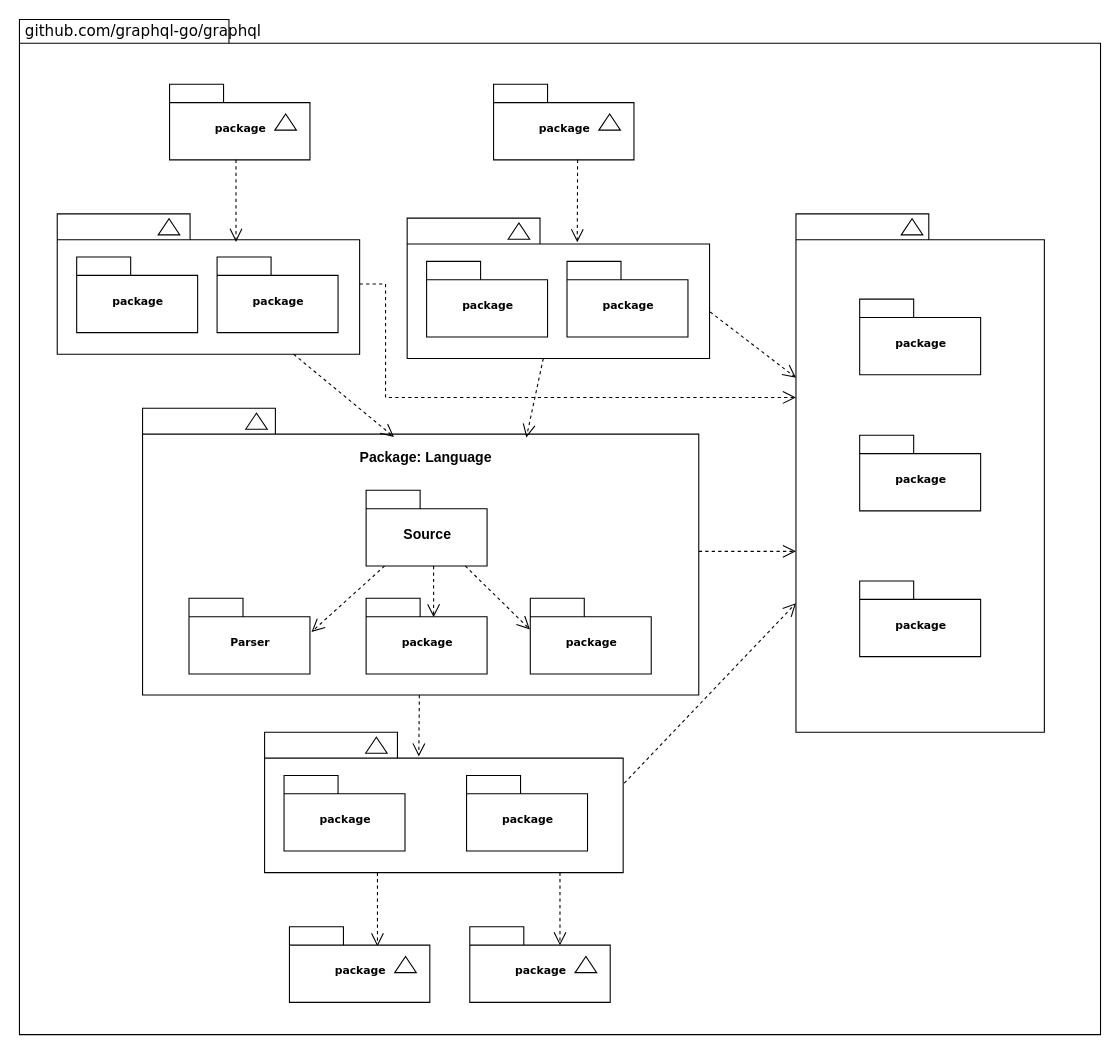
Earlier version of the draw.io diagram architecture/uml/packages/graphql-graphql-go-architecture-packages.drawio (chris-ramon/thesis-graphql-go). Source tidied: cells renumbered, new cells numbered last; positions are measured from the earlier drawing's top-left corner, leaving out a move shared by most shapes. Both pictures are drawn from the tidied source at 108%, with x=0, y=0 at pixel (18, 18).
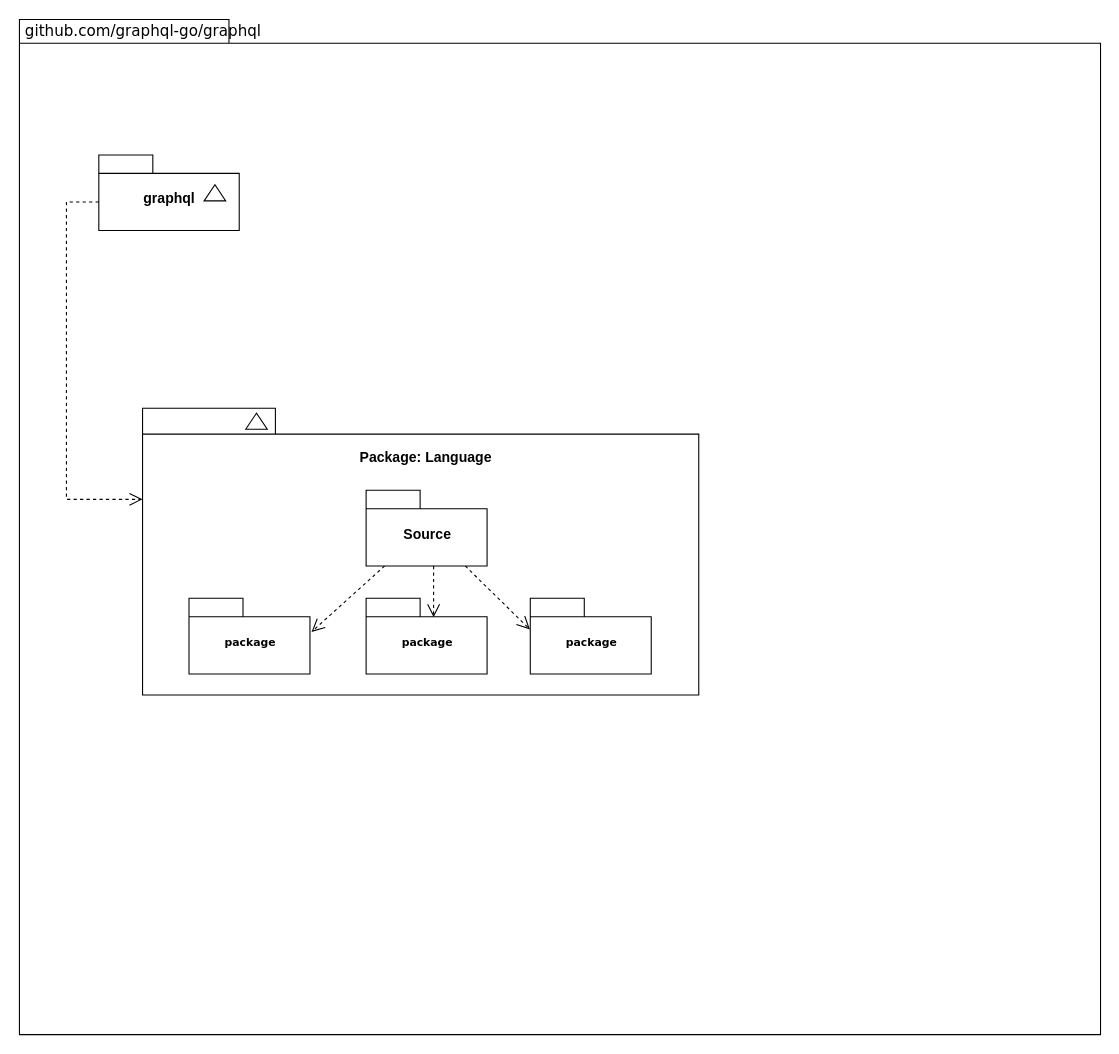
The same diagram, later.

Commit message:
architecture/uml/packages: adds graphql pkg

Unchanged cells that the change refers to:
```xml
<mxCell id="28" style="shape=folder;fontStyle=1;spacingTop=10;tabWidth=123;tabHeight=24;tabPosition=left;html=1;rounded=0;shadow=0;comic=0;labelBackgroundColor=none;strokeColor=#000000;strokeWidth=1;fillColor=#ffffff;fontFamily=Verdana;fontSize=10;fontColor=#000000;align=center;" parent="1" vertex="1">
  <mxGeometry x="114.5" y="360.5" width="515" height="265.5" as="geometry" />
</mxCell>
```

Change to the diagram source:
```diff
@@
     <mxCell id="3" style="group;" parent="1" vertex="1">
-      <mxGeometry x="139.5" y="60.5" width="130" height="70" as="geometry" />
+      <mxGeometry x="74" y="126" width="130" height="70" as="geometry" />
     </mxCell>
-    <mxCell id="4" value="package" style="shape=folder;fontStyle=1;spacingTop=10;tabWidth=50;tabHeight=17;tabPosition=left;html=1;rounded=0;shadow=0;comic=0;labelBackgroundColor=none;strokeWidth=1;fontFamily=Verdana;fontSize=10;align=center;" parent="3" vertex="1">
+    <mxCell id="4" value="&lt;font face=&quot;Helvetica&quot; style=&quot;font-size: 13px;&quot;&gt;graphql&lt;/font&gt;" style="shape=folder;fontStyle=1;spacingTop=10;tabWidth=50;tabHeight=17;tabPosition=left;html=1;rounded=0;shadow=0;comic=0;labelBackgroundColor=none;strokeWidth=1;fontFamily=Verdana;fontSize=10;align=center;" parent="3" vertex="1">
       <mxGeometry width="130" height="70" as="geometry" />
     </mxCell>
@@
-    <mxCell id="6" style="group;" parent="1" vertex="1">
-      <mxGeometry x="439.5" y="60.5" width="130" height="70" as="geometry" />
-    </mxCell>
-    <mxCell id="7" value="package" style="shape=folder;fontStyle=1;spacingTop=10;tabWidth=50;tabHeight=17;tabPosition=left;html=1;rounded=0;shadow=0;comic=0;labelBackgroundColor=none;strokeWidth=1;fontFamily=Verdana;fontSize=10;align=center;" parent="6" vertex="1">
-      <mxGeometry width="130" height="70" as="geometry" />
-    </mxCell>
-    <mxCell id="8" style="triangle;whiteSpace=wrap;html=1;rounded=0;shadow=0;comic=0;labelBackgroundColor=none;strokeWidth=1;fontFamily=Verdana;fontSize=10;align=center;rotation=-90;" parent="6" vertex="1">
-      <mxGeometry x="100" y="25" width="15" height="20" as="geometry" />
-    </mxCell>
-    <mxCell id="9" style="group;" parent="1" vertex="1">
-      <mxGeometry x="35.5" y="180.5" width="280" height="130" as="geometry" />
-    </mxCell>
-    <mxCell id="10" style="shape=folder;fontStyle=1;spacingTop=10;tabWidth=123;tabHeight=24;tabPosition=left;html=1;rounded=0;shadow=0;comic=0;labelBackgroundColor=none;strokeWidth=1;fontFamily=Verdana;fontSize=10;align=center;" parent="9" vertex="1">
-      <mxGeometry width="280" height="130" as="geometry" />
-    </mxCell>
-    <mxCell id="11" style="triangle;whiteSpace=wrap;html=1;rounded=0;shadow=0;comic=0;labelBackgroundColor=none;strokeWidth=1;fontFamily=Verdana;fontSize=10;align=center;rotation=-90;" parent="9" vertex="1">
-      <mxGeometry x="96" y="2" width="15" height="20" as="geometry" />
-    </mxCell>
-    <mxCell id="12" value="package" style="shape=folder;fontStyle=1;spacingTop=10;tabWidth=50;tabHeight=17;tabPosition=left;html=1;rounded=0;shadow=0;comic=0;labelBackgroundColor=none;strokeWidth=1;fontFamily=Verdana;fontSize=10;align=center;" parent="9" vertex="1">
-      <mxGeometry x="18" y="40" width="112" height="70" as="geometry" />
-    </mxCell>
-    <mxCell id="13" value="package" style="shape=folder;fontStyle=1;spacingTop=10;tabWidth=50;tabHeight=17;tabPosition=left;html=1;rounded=0;shadow=0;comic=0;labelBackgroundColor=none;strokeWidth=1;fontFamily=Verdana;fontSize=10;align=center;" parent="9" vertex="1">
-      <mxGeometry x="148" y="40" width="112" height="70" as="geometry" />
-    </mxCell>
-    <mxCell id="14" style="group;" parent="1" vertex="1">
-      <mxGeometry x="359.5" y="184.5" width="280" height="130" as="geometry" />
-    </mxCell>
-    <mxCell id="15" style="shape=folder;fontStyle=1;spacingTop=10;tabWidth=123;tabHeight=24;tabPosition=left;html=1;rounded=0;shadow=0;comic=0;labelBackgroundColor=none;strokeWidth=1;fontFamily=Verdana;fontSize=10;align=center;" parent="14" vertex="1">
-      <mxGeometry width="280" height="130" as="geometry" />
-    </mxCell>
-    <mxCell id="16" style="triangle;whiteSpace=wrap;html=1;rounded=0;shadow=0;comic=0;labelBackgroundColor=none;strokeWidth=1;fontFamily=Verdana;fontSize=10;align=center;rotation=-90;" parent="14" vertex="1">
-      <mxGeometry x="96" y="2" width="15" height="20" as="geometry" />
-    </mxCell>
-    <mxCell id="17" value="package" style="shape=folder;fontStyle=1;spacingTop=10;tabWidth=50;tabHeight=17;tabPosition=left;html=1;rounded=0;shadow=0;comic=0;labelBackgroundColor=none;strokeWidth=1;fontFamily=Verdana;fontSize=10;align=center;" parent="14" vertex="1">
-      <mxGeometry x="18" y="40" width="112" height="70" as="geometry" />
-    </mxCell>
-    <mxCell id="18" value="package" style="shape=folder;fontStyle=1;spacingTop=10;tabWidth=50;tabHeight=17;tabPosition=left;html=1;rounded=0;shadow=0;comic=0;labelBackgroundColor=none;strokeWidth=1;fontFamily=Verdana;fontSize=10;align=center;" parent="14" vertex="1">
-      <mxGeometry x="148" y="40" width="112" height="70" as="geometry" />
-    </mxCell>
-    <mxCell id="19" style="group;" parent="1" vertex="1">
-      <mxGeometry x="719.5" y="180.5" width="230" height="480" as="geometry" />
-    </mxCell>
-    <mxCell id="20" style="group;" parent="19" vertex="1">
-      <mxGeometry width="230" height="480" as="geometry" />
-    </mxCell>
-    <mxCell id="21" style="shape=folder;fontStyle=1;spacingTop=10;tabWidth=123;tabHeight=24;tabPosition=left;html=1;rounded=0;shadow=0;comic=0;labelBackgroundColor=none;strokeWidth=1;fontFamily=Verdana;fontSize=10;align=center;" parent="20" vertex="1">
-      <mxGeometry width="230" height="480" as="geometry" />
-    </mxCell>
-    <mxCell id="22" style="triangle;whiteSpace=wrap;html=1;rounded=0;shadow=0;comic=0;labelBackgroundColor=none;strokeWidth=1;fontFamily=Verdana;fontSize=10;align=center;rotation=-90;" parent="20" vertex="1">
-      <mxGeometry x="100" y="2" width="15" height="20" as="geometry" />
-    </mxCell>
-    <mxCell id="23" value="package" style="shape=folder;fontStyle=1;spacingTop=10;tabWidth=50;tabHeight=17;tabPosition=left;html=1;rounded=0;shadow=0;comic=0;labelBackgroundColor=none;strokeWidth=1;fontFamily=Verdana;fontSize=10;align=center;" parent="20" vertex="1">
-      <mxGeometry x="59" y="79" width="112" height="70" as="geometry" />
-    </mxCell>
-    <mxCell id="24" value="package" style="shape=folder;fontStyle=1;spacingTop=10;tabWidth=50;tabHeight=17;tabPosition=left;html=1;rounded=0;shadow=0;comic=0;labelBackgroundColor=none;strokeWidth=1;fontFamily=Verdana;fontSize=10;align=center;" parent="20" vertex="1">
-      <mxGeometry x="59" y="205" width="112" height="70" as="geometry" />
-    </mxCell>
-    <mxCell id="25" value="package" style="shape=folder;fontStyle=1;spacingTop=10;tabWidth=50;tabHeight=17;tabPosition=left;html=1;rounded=0;shadow=0;comic=0;labelBackgroundColor=none;strokeWidth=1;fontFamily=Verdana;fontSize=10;align=center;" parent="20" vertex="1">
-      <mxGeometry x="59" y="340" width="112" height="70" as="geometry" />
-    </mxCell>
-    <mxCell id="26" style="edgeStyle=none;rounded=0;html=1;entryX=0.43;entryY=0.173;entryPerimeter=0;dashed=1;labelBackgroundColor=none;startFill=0;endArrow=open;endFill=0;endSize=10;fontFamily=Verdana;fontSize=10;" parent="1" edge="1" source="28" target="39">
-      <mxGeometry relative="1" as="geometry" />
-    </mxCell>
-    <mxCell id="27" style="edgeStyle=elbowEdgeStyle;rounded=0;html=1;dashed=1;labelBackgroundColor=none;startFill=0;endArrow=open;endFill=0;endSize=10;fontFamily=Verdana;fontSize=10;elbow=vertical;" parent="1" edge="1" source="28" target="21">
-      <mxGeometry relative="1" as="geometry" />
-    </mxCell>
@@
-    <mxCell id="33" value="Parser" style="shape=folder;fontStyle=1;spacingTop=10;tabWidth=50;tabHeight=17;tabPosition=left;html=1;rounded=0;shadow=0;comic=0;labelBackgroundColor=none;strokeColor=#000000;strokeWidth=1;fillColor=#ffffff;fontFamily=Verdana;fontSize=10;fontColor=#000000;align=center;" parent="1" vertex="1">
+    <mxCell id="33" value="package" style="shape=folder;fontStyle=1;spacingTop=10;tabWidth=50;tabHeight=17;tabPosition=left;html=1;rounded=0;shadow=0;comic=0;labelBackgroundColor=none;strokeColor=#000000;strokeWidth=1;fillColor=#ffffff;fontFamily=Verdana;fontSize=10;fontColor=#000000;align=center;" parent="1" vertex="1">
       <mxGeometry x="157.5" y="536.5" width="112" height="70" as="geometry" />
     </mxCell>
@@
-    <mxCell id="36" style="edgeStyle=elbowEdgeStyle;rounded=0;html=1;entryX=0.628;entryY=0.26;entryPerimeter=0;dashed=1;labelBackgroundColor=none;startFill=0;endArrow=open;endFill=0;endSize=10;fontFamily=Verdana;fontSize=10;" parent="1" edge="1" source="39" target="45">
-      <mxGeometry relative="1" as="geometry" />
-    </mxCell>
-    <mxCell id="37" style="edgeStyle=elbowEdgeStyle;rounded=0;html=1;entryX=0.643;entryY=0.246;entryPerimeter=0;dashed=1;labelBackgroundColor=none;startFill=0;endArrow=open;endFill=0;endSize=10;fontFamily=Verdana;fontSize=10;" parent="1" edge="1" source="39" target="48">
-      <mxGeometry relative="1" as="geometry" />
-    </mxCell>
-    <mxCell id="38" style="edgeStyle=none;rounded=0;html=1;dashed=1;labelBackgroundColor=none;startFill=0;endArrow=open;endFill=0;endSize=10;fontFamily=Verdana;fontSize=10;exitX=1.003;exitY=0.363;exitPerimeter=0;" parent="1" edge="1" source="39" target="21">
-      <mxGeometry relative="1" as="geometry" />
-    </mxCell>
-    <mxCell id="39" style="shape=folder;fontStyle=1;spacingTop=10;tabWidth=123;tabHeight=24;tabPosition=left;html=1;rounded=0;shadow=0;comic=0;labelBackgroundColor=none;strokeWidth=1;fontFamily=Verdana;fontSize=10;align=center;" parent="1" vertex="1">
-      <mxGeometry x="227.5" y="660.5" width="332" height="130" as="geometry" />
-    </mxCell>
-    <mxCell id="40" style="triangle;whiteSpace=wrap;html=1;rounded=0;shadow=0;comic=0;labelBackgroundColor=none;strokeWidth=1;fontFamily=Verdana;fontSize=10;align=center;rotation=-90;" parent="1" vertex="1">
-      <mxGeometry x="323.5" y="662.5" width="15" height="20" as="geometry" />
-    </mxCell>
-    <mxCell id="41" value="package" style="shape=folder;fontStyle=1;spacingTop=10;tabWidth=50;tabHeight=17;tabPosition=left;html=1;rounded=0;shadow=0;comic=0;labelBackgroundColor=none;strokeWidth=1;fontFamily=Verdana;fontSize=10;align=center;" parent="1" vertex="1">
-      <mxGeometry x="245.5" y="700.5" width="112" height="70" as="geometry" />
-    </mxCell>
-    <mxCell id="42" value="package" style="shape=folder;fontStyle=1;spacingTop=10;tabWidth=50;tabHeight=17;tabPosition=left;html=1;rounded=0;shadow=0;comic=0;labelBackgroundColor=none;strokeWidth=1;fontFamily=Verdana;fontSize=10;align=center;" parent="1" vertex="1">
-      <mxGeometry x="414.5" y="700.5" width="112" height="70" as="geometry" />
-    </mxCell>
@@
-    <mxCell id="44" style="group;" parent="1" vertex="1">
-      <mxGeometry x="250.5" y="840.6" width="130" height="70" as="geometry" />
-    </mxCell>
-    <mxCell id="45" value="package" style="shape=folder;fontStyle=1;spacingTop=10;tabWidth=50;tabHeight=17;tabPosition=left;html=1;rounded=0;shadow=0;comic=0;labelBackgroundColor=none;strokeWidth=1;fontFamily=Verdana;fontSize=10;align=center;" parent="44" vertex="1">
-      <mxGeometry width="130" height="70" as="geometry" />
-    </mxCell>
-    <mxCell id="46" style="triangle;whiteSpace=wrap;html=1;rounded=0;shadow=0;comic=0;labelBackgroundColor=none;strokeWidth=1;fontFamily=Verdana;fontSize=10;align=center;rotation=-90;" parent="44" vertex="1">
-      <mxGeometry x="100" y="25" width="15" height="20" as="geometry" />
-    </mxCell>
-    <mxCell id="47" style="group;" parent="1" vertex="1">
-      <mxGeometry x="417.5" y="840.6" width="130" height="70" as="geometry" />
-    </mxCell>
-    <mxCell id="48" value="package" style="shape=folder;fontStyle=1;spacingTop=10;tabWidth=50;tabHeight=17;tabPosition=left;html=1;rounded=0;shadow=0;comic=0;labelBackgroundColor=none;strokeWidth=1;fontFamily=Verdana;fontSize=10;align=center;" parent="47" vertex="1">
-      <mxGeometry width="130" height="70" as="geometry" />
-    </mxCell>
-    <mxCell id="49" style="triangle;whiteSpace=wrap;html=1;rounded=0;shadow=0;comic=0;labelBackgroundColor=none;strokeWidth=1;fontFamily=Verdana;fontSize=10;align=center;rotation=-90;" parent="47" vertex="1">
-      <mxGeometry x="100" y="25" width="15" height="20" as="geometry" />
-    </mxCell>
-    <mxCell id="50" style="rounded=0;html=1;dashed=1;labelBackgroundColor=none;startFill=0;endArrow=open;endFill=0;endSize=10;fontFamily=Verdana;fontSize=10;entryX=0.592;entryY=0.2;entryPerimeter=0;edgeStyle=elbowEdgeStyle;" parent="1" edge="1" source="4" target="10">
-      <mxGeometry relative="1" as="geometry" />
+    <mxCell id="50" style="rounded=0;html=1;dashed=1;labelBackgroundColor=none;startFill=0;endArrow=open;endFill=0;endSize=10;fontFamily=Verdana;fontSize=10;edgeStyle=elbowEdgeStyle;exitX=0;exitY=0;exitDx=0;exitDy=43.5;exitPerimeter=0;entryX=0;entryY=0;entryDx=0;entryDy=84.375;entryPerimeter=0;" parent="1" edge="1" source="4" target="28">
+      <mxGeometry relative="1" as="geometry">
+        <Array as="points">
+          <mxPoint x="44" y="306" />
+        </Array>
+      </mxGeometry>
     </mxCell>
-    <mxCell id="51" style="rounded=0;html=1;dashed=1;labelBackgroundColor=none;startFill=0;endArrow=open;endFill=0;endSize=10;fontFamily=Verdana;fontSize=10;entryX=0.592;entryY=0.2;entryPerimeter=0;edgeStyle=elbowEdgeStyle;" parent="1" edge="1">
-      <mxGeometry relative="1" as="geometry">
-        <mxPoint x="517.3" y="130.5" as="sourcePoint" />
-        <mxPoint x="517.3" y="206.8" as="targetPoint" />
-      </mxGeometry>
-    </mxCell>
-    <mxCell id="52" style="rounded=0;html=1;entryX=0.452;entryY=0.1;entryPerimeter=0;dashed=1;labelBackgroundColor=none;startFill=0;endArrow=open;endFill=0;endSize=10;fontFamily=Verdana;fontSize=10;" parent="1" edge="1" source="10" target="28">
-      <mxGeometry relative="1" as="geometry" />
-    </mxCell>
-    <mxCell id="53" style="edgeStyle=none;rounded=0;html=1;entryX=0.69;entryY=0.102;entryPerimeter=0;dashed=1;labelBackgroundColor=none;startFill=0;endArrow=open;endFill=0;endSize=10;fontFamily=Verdana;fontSize=10;" parent="1" edge="1" source="15" target="28">
-      <mxGeometry relative="1" as="geometry" />
-    </mxCell>
-    <mxCell id="54" style="edgeStyle=none;rounded=0;html=1;dashed=1;labelBackgroundColor=none;startFill=0;endArrow=open;endFill=0;endSize=10;fontFamily=Verdana;fontSize=10;exitX=1.002;exitY=0.668;exitPerimeter=0;" parent="1" edge="1" source="15" target="21">
-      <mxGeometry relative="1" as="geometry" />
-    </mxCell>
-    <mxCell id="55" style="edgeStyle=orthogonalEdgeStyle;rounded=0;html=1;dashed=1;labelBackgroundColor=none;startFill=0;endArrow=open;endFill=0;endSize=10;fontFamily=Verdana;fontSize=10;" parent="1" edge="1" source="10" target="21">
-      <mxGeometry relative="1" as="geometry">
-        <Array as="points">
-          <mxPoint x="339.5" y="245.5" />
-          <mxPoint x="339.5" y="350.5" />
-        </Array>
-      </mxGeometry>
-    </mxCell>
```
